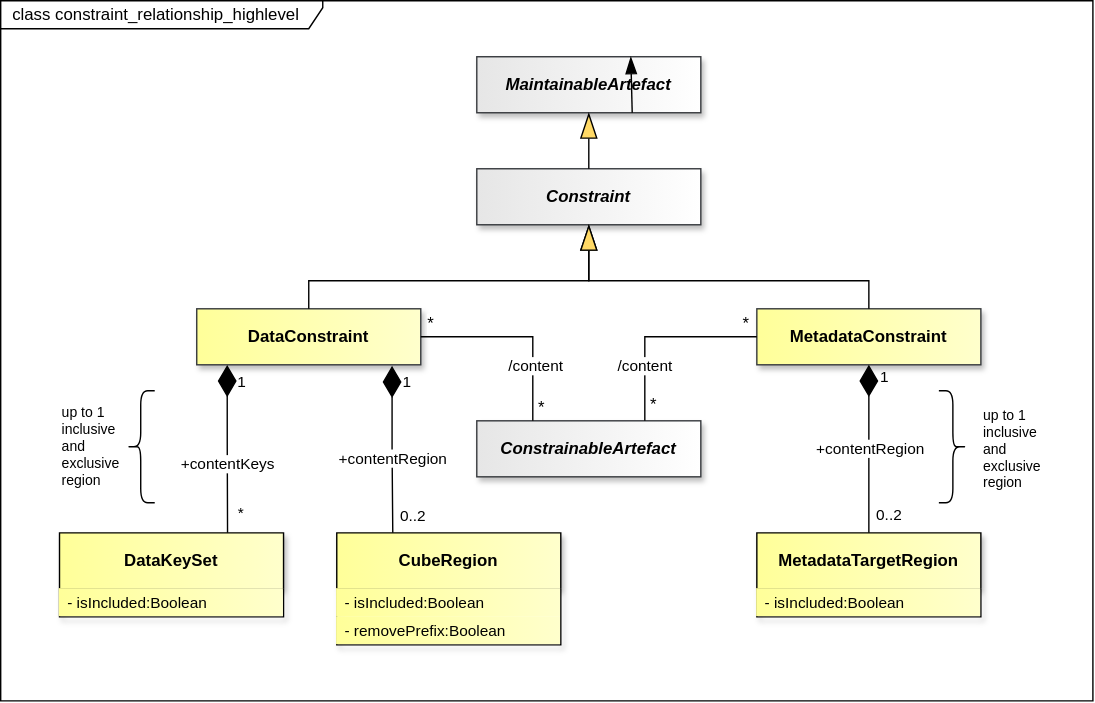
Above: docs/information_model/media/sdmx_registry-constraint_relationship_high_level.svg in sdmx-twg/sdmx-im (draw.io), before the change. Source tidied: cells renumbered, new cells last; positions are measured from the earlier drawing's top-left corner, leaving out a move shared by most shapes.
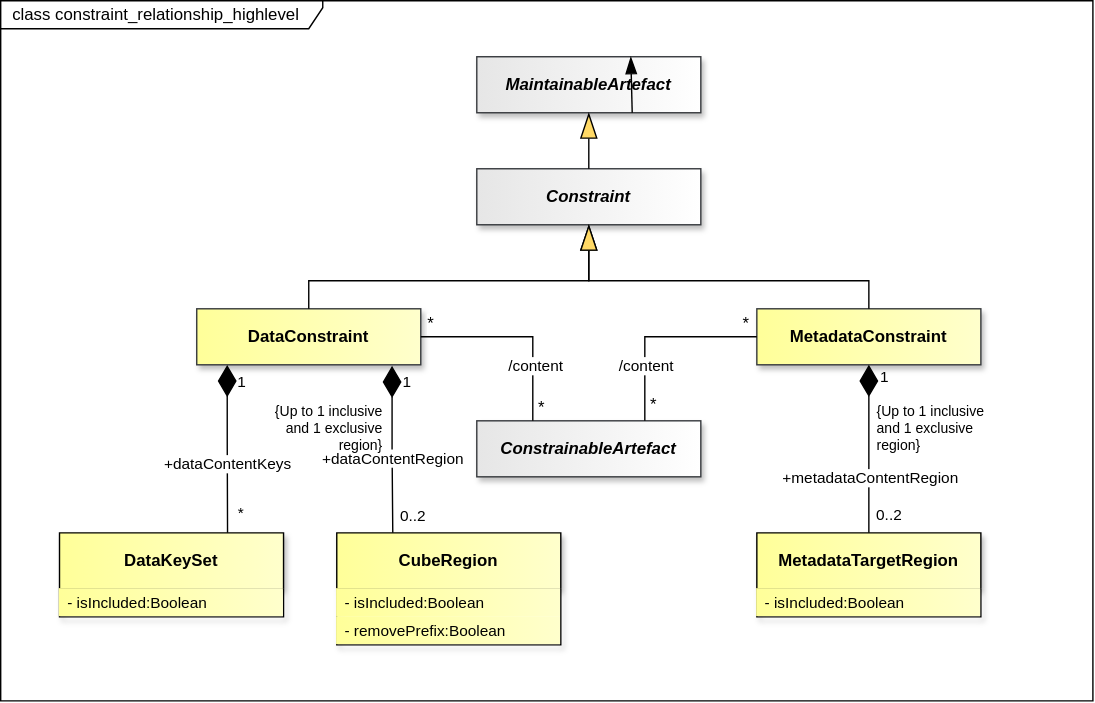
Above is the later version.

The edit, as a diff of the source:
```diff
@@ -223,7 +223,7 @@
         <mxPoint x="7" as="offset" />
       </mxGeometry>
     </mxCell>
-    <mxCell id="70" value="+contentRegion" style="edgeLabel;html=1;align=center;verticalAlign=middle;fontSize=11;labelBackgroundColor=default;" parent="67" vertex="1">
+    <mxCell id="70" value="+dataContentRegion" style="edgeLabel;html=1;align=center;verticalAlign=middle;fontSize=11;labelBackgroundColor=default;" parent="67" vertex="1">
       <mxGeometry x="-0.52" relative="1" as="geometry">
         <mxPoint y="38" as="offset" />
       </mxGeometry>
@@ -241,7 +241,7 @@
         <mxPoint x="7" as="offset" />
       </mxGeometry>
     </mxCell>
-    <mxCell id="74" value="+contentKeys" style="edgeLabel;html=1;align=center;verticalAlign=middle;fontSize=11;labelBackgroundColor=default;" parent="71" vertex="1">
+    <mxCell id="74" value="+dataContentKeys" style="edgeLabel;html=1;align=center;verticalAlign=middle;fontSize=11;labelBackgroundColor=default;" parent="71" vertex="1">
       <mxGeometry x="-0.47" relative="1" as="geometry">
         <mxPoint y="38" as="offset" />
       </mxGeometry>
@@ -303,22 +303,16 @@
         <mxPoint x="7" as="offset" />
       </mxGeometry>
     </mxCell>
-    <mxCell id="86" value="+contentRegion" style="edgeLabel;html=1;align=center;verticalAlign=middle;fontSize=11;labelBackgroundColor=default;" parent="83" vertex="1">
+    <mxCell id="86" value="+metadataContentRegion" style="edgeLabel;html=1;align=center;verticalAlign=middle;fontSize=11;labelBackgroundColor=default;" parent="83" vertex="1">
       <mxGeometry x="-0.65" relative="1" as="geometry">
-        <mxPoint y="38" as="offset" />
+        <mxPoint y="59" as="offset" />
       </mxGeometry>
     </mxCell>
-    <mxCell id="87" style="shape=curlyBracket;whiteSpace=wrap;html=1;rounded=1;labelPosition=left;verticalLabelPosition=middle;align=right;verticalAlign=middle;rotation=-180;" parent="1" vertex="1">
-      <mxGeometry x="670" y="278.5" width="20" height="80" as="geometry" />
-    </mxCell>
-    <mxCell id="88" value="&lt;font&gt;up to 1 inclusive and exclusive region&lt;/font&gt;" style="text;html=1;whiteSpace=wrap;strokeColor=none;fillColor=none;align=left;verticalAlign=middle;rounded=0;fontSize=10;" parent="1" vertex="1">
-      <mxGeometry x="700" y="305" width="48" height="30" as="geometry" />
+    <mxCell id="88" value="&lt;font&gt;{Up to 1 inclusive and 1 exclusive region}&lt;/font&gt;" style="text;html=1;whiteSpace=wrap;strokeColor=none;fillColor=none;align=left;verticalAlign=middle;rounded=0;fontSize=10;" parent="1" vertex="1">
+      <mxGeometry x="624" y="290" width="82" height="30" as="geometry" />
     </mxCell>
-    <mxCell id="89" style="shape=curlyBracket;whiteSpace=wrap;html=1;rounded=1;labelPosition=left;verticalLabelPosition=middle;align=right;verticalAlign=middle;rotation=0;" parent="1" vertex="1">
-      <mxGeometry x="90" y="278.5" width="20" height="80" as="geometry" />
-    </mxCell>
-    <mxCell id="90" value="&lt;font&gt;up to 1 inclusive and exclusive region&lt;/font&gt;" style="text;html=1;whiteSpace=wrap;strokeColor=none;fillColor=none;align=left;verticalAlign=middle;rounded=0;fontSize=10;" parent="1" vertex="1">
-      <mxGeometry x="42" y="303.5" width="48" height="30" as="geometry" />
+    <mxCell id="90" value="&lt;font&gt;{Up to 1 inclusive and 1 exclusive region}&lt;/font&gt;" style="text;html=1;whiteSpace=wrap;strokeColor=none;fillColor=none;align=right;verticalAlign=middle;rounded=0;fontSize=10;" parent="1" vertex="1">
+      <mxGeometry x="193" y="290" width="82" height="30" as="geometry" />
     </mxCell>
   </root>
 </mxGraphModel>
```
